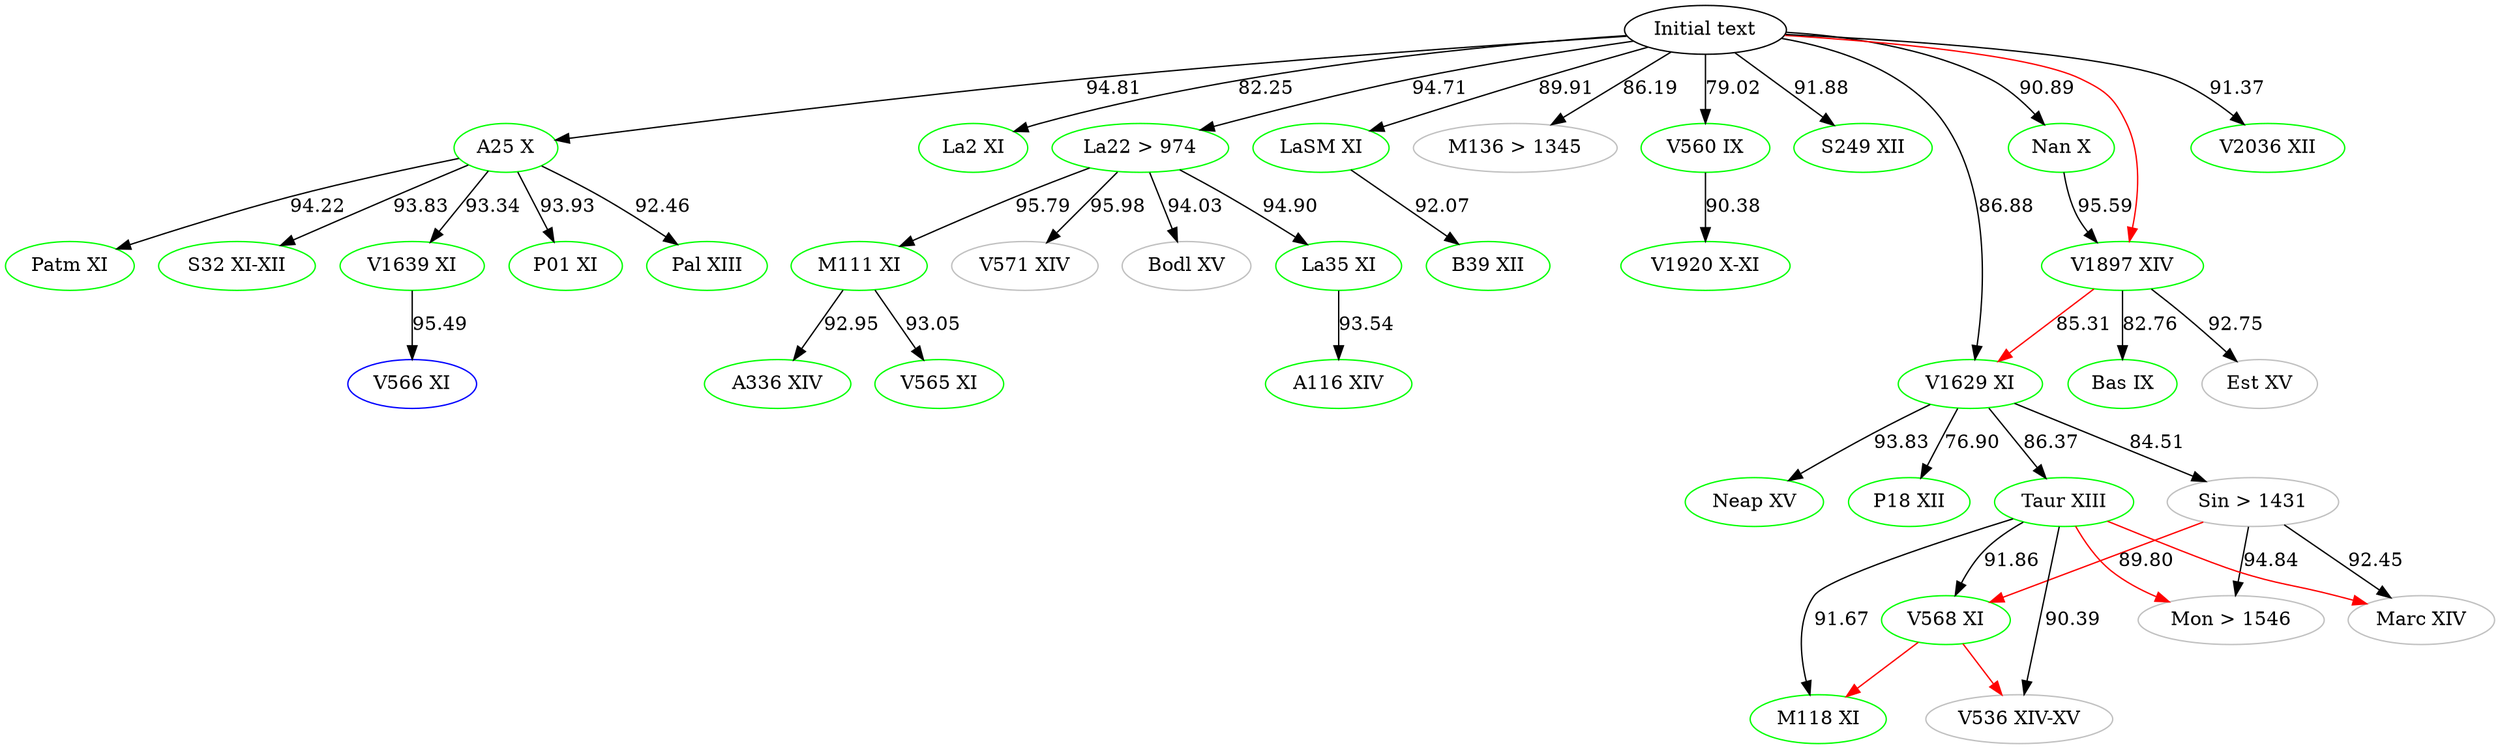
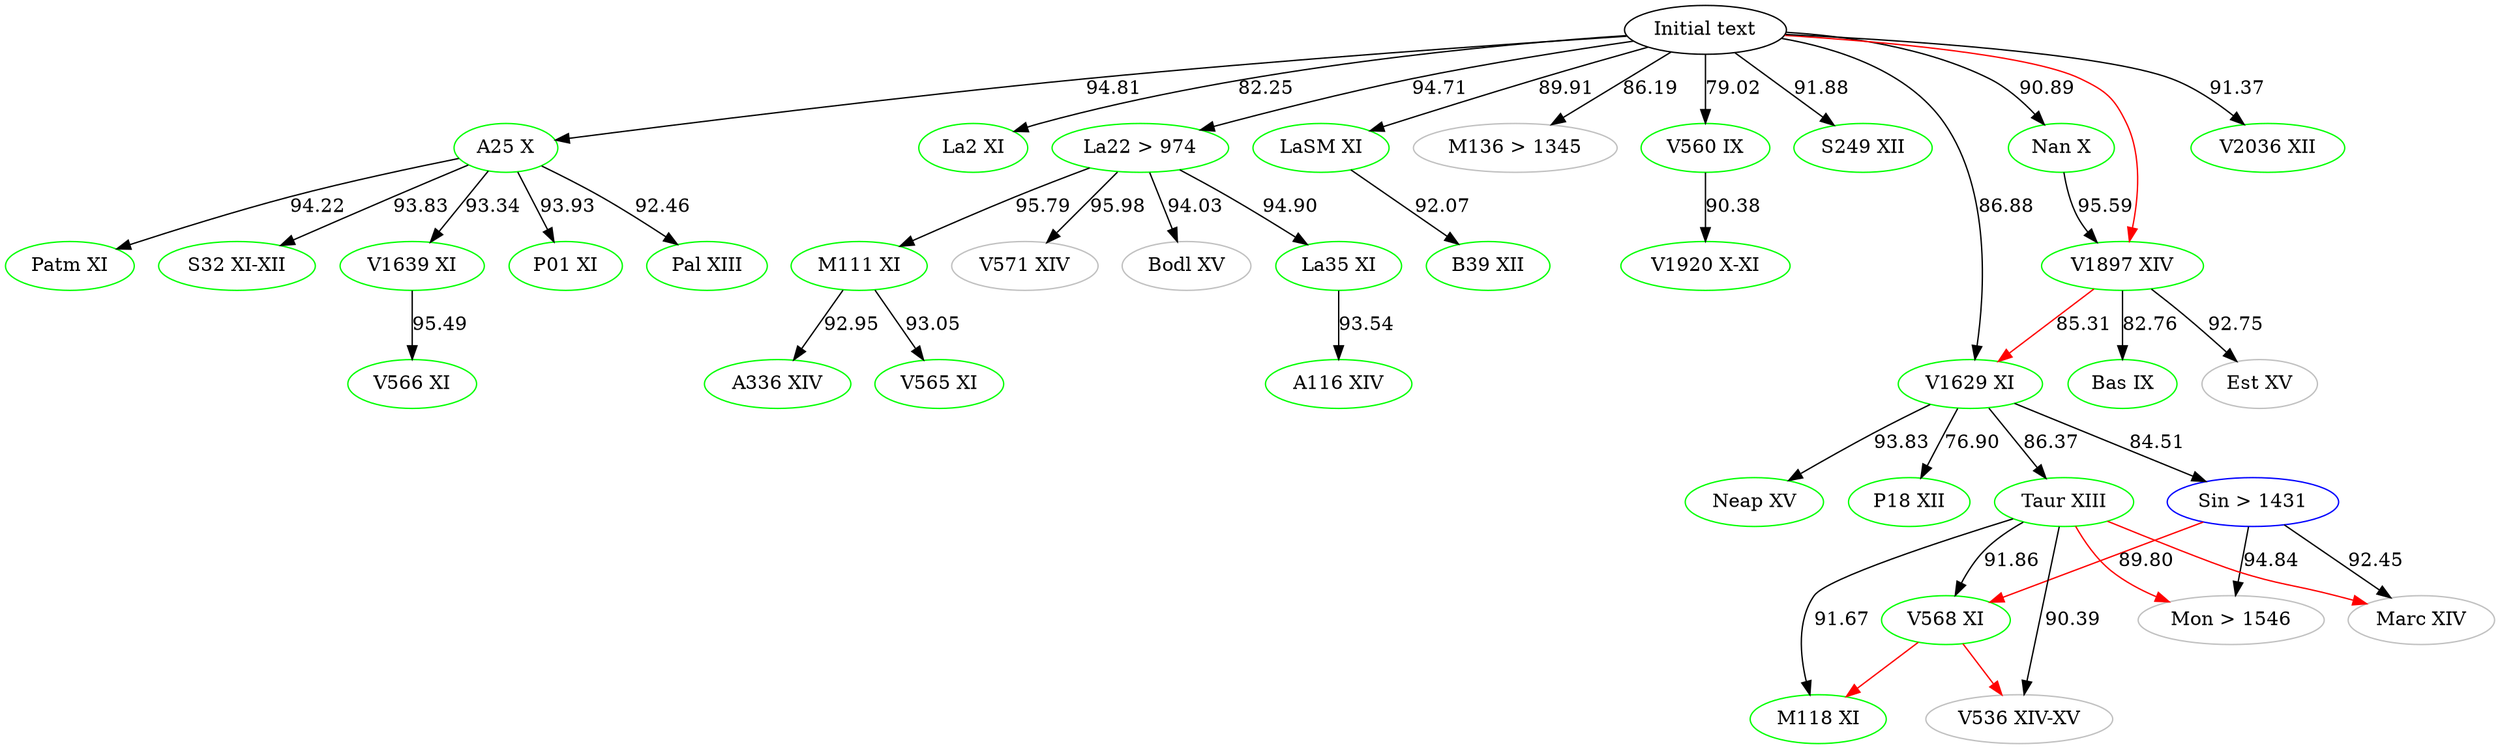
digraph {

    #Top [color="black", label="ω"]
    aBase [color="black", label="Initial text"]
    # Top [color="black", label="Initial text"]
	A116 [label="A116 XIV", color="green"]
	A25 [label="A25 X", color="green"]
	A336 [label="A336 XIV", color="green"]
	B39 [label="B39 XII", color="green"]
	Bas [label="Bas IX", color="green"]
	Bodl [label="Bodl XV", color="grey"]
	Est [label="Est XV", color="grey"]
	La2 [label="La2 XI", color="green"]
	La22 [label="La22 > 974", color="green"]
	La35 [label="La35 XI", color="green"]
	LaSM [label="LaSM XI", color="green"]
	M111 [label="M111 XI", color="green"]
    M118 [label="M118 XI", color="green"]
    M136 [label="M136 > 1345", color="grey"]
    Marc [label="Marc XIV", color="grey"]
    Mon [label="Mon > 1546", color="grey"]
	Nan [label="Nan X", color="green"]
    Neap [label="Neap XV", color="green"]
    P01 [label="P01 XI", color="green"]
    P18 [label="P18 XII", color="green"]
	Pal [label="Pal XIII", color="green"]
	Patm [label="Patm XI", color="green"]
-     Sin [label="Sin > 1431", color="grey"]
+     Sin [label="Sin > 1431", color="blue"]
	S32 [label="S32 XI-XII", color="green"]
    S249 [label="S249 XII", color="green"]
    Taur [label="Taur XIII", color="green"]
    V536 [label="V536 XIV-XV", color="grey"]
	V560 [label="V560 IX", color="green"]
	V565 [label="V565 XI", color="green"]
- 	V566 [label="V566 XI", color="blue"]
+ 	V566 [label="V566 XI", color="green"]
	V568 [label="V568 XI", color="green"]
	V571 [label="V571 XIV", color="grey"]
    V1629 [label="V1629 XI", color="green"]
	V1639 [label="V1639 XI", color="green"]
	V1897 [label="V1897 XIV", color="green"]
	V1920 [label="V1920 X-XI", color="green"]
    V2036 [label="V2036 XII", color="green"]




    #Top -> aBase
    aBase -> A25 [label="94.81"]
    aBase -> M136 [label="86.19"]
    aBase -> V2036 [label="91.37"]
    # V2036 -> Patm [label="91.14", color="blue"]
    aBase -> V1629 [label="86.88"]
    aBase -> V560[label="79.02"]
    aBase -> La2 [label="82.25"]
    aBase -> S249 [label="91.88"]
    aBase -> LaSM [label="89.91"]
	aBase -> La22 [label="94.71"]
    aBase -> Nan [label="90.89"]

	# A25 -> M136 [label="85.50"]
    # M136 -> A25 [label="85.50" color="blue"]
	A25 -> Pal [label="92.46"]
	A25 -> P01 [label="93.93"]
    A25 -> V1639 [label="93.34"]
    A25 -> S32 [label="93.83"]
    A25 -> Patm [label="94.22"]

    #A25 -> La2 [color="red"]
    #A25 -> V566[color="red"]
    #A25 -> LaSM[color="red"]
    #A25 -> La22[color="red"]
    #A25 -> M136[color="red"]
    #A25 -> Nan[color="red"]
    #A25 -> S249[color="red"]
    #A25 -> V2036[color="red"]

    #aBase -> P01 [color="red"]
    #aBase -> Pal [color="red"]
    #aBase -> Patm [color="red"]
    #aBase -> La35[color="red"]
    #aBase -> B39[color="red"]
    #aBase -> V1920[color="red"]
    aBase -> V1897[color="red"]
    #aBase -> Neap[color="red"]

    #Bodl -> V1639[color="red"]
    #Patm -> S32[color="red"]
    #Patm -> V560[color="red"]

    #La22 -> A116[color="red"]
    #La22 -> V565[color="red"]
    #La22 -> A336[color="red"]

    Taur -> Mon[color="red"]
    Taur -> Marc[color="red"]

    Sin -> V568[label="89.80" color="red"]

    V568 -> V536[color="red"]
    V568 -> M118[color="red"]

    #V571 -> Bodl[color="red"]
    #M111 -> V571[color="red"]
    #La35 -> M111[color="red"]
    V1897 -> V1629[label="85.31" color="red"]
    #Nan -> Bas[color="red"]
    #Nan -> Est[color="red"]
    #Neap -> Taur[color="red"]
    #Neap -> Sin[color="red"]
   #Neap -> P18[color="red"]




	V1639 -> V566 [label="95.49"]

	La22 -> La35 [label= "94.90"]
	La22 -> M111 [label="95.79"]
	La22 -> Bodl [label="94.03"]
    La22 -> V571 [label="95.98"]

	La35 -> A116 [label="93.54"]

	M111 -> V565 [label="93.05"]
	M111 -> A336 [label="92.95"]



	Sin -> Marc [label="92.45"]

	V1629 -> Neap [label="93.83"]
	V1629 -> Sin [label="84.51"]
	V1629 -> Taur [label="86.37"]
    V1629 -> P18 [label="76.90"]

	Taur -> V568 [label="91.86"]
	Taur -> M118 [label="91.67"]
	Taur -> V536 [label="90.39"]
    # Taur -> Marc [color="blue" label="91.96"]
    # Marc -> Mon [color="blue" label="94.12"]
	Sin -> Mon [label="94.84"]

	V560 -> V1920 [label="90.38"]

	V1897 -> Est [label="92.75"]
    V1897 -> Bas [label="82.76"]

    Nan -> V1897 [label="95.59"]



    LaSM -> B39 [label="92.07"]



}

